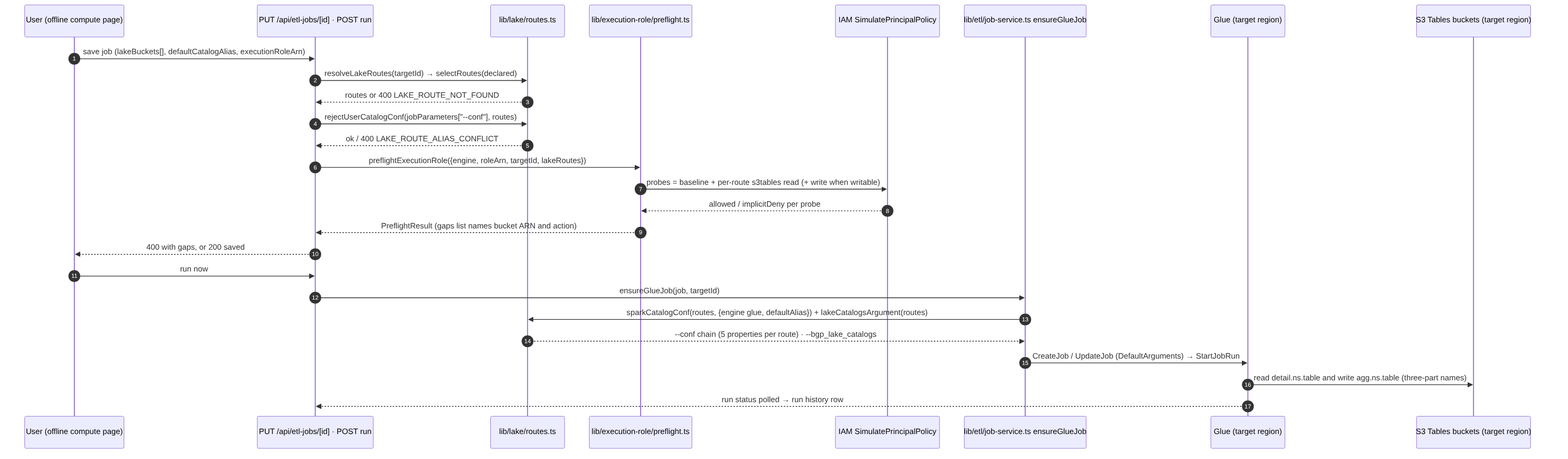
Earlier version of the Mermaid export docs/diagrams/lake-job-submit-sequence.png (aws-samples/sample-kingfisher). Its source is kept beside it as docs/diagrams/src/lake-job-submit-sequence.mmd.
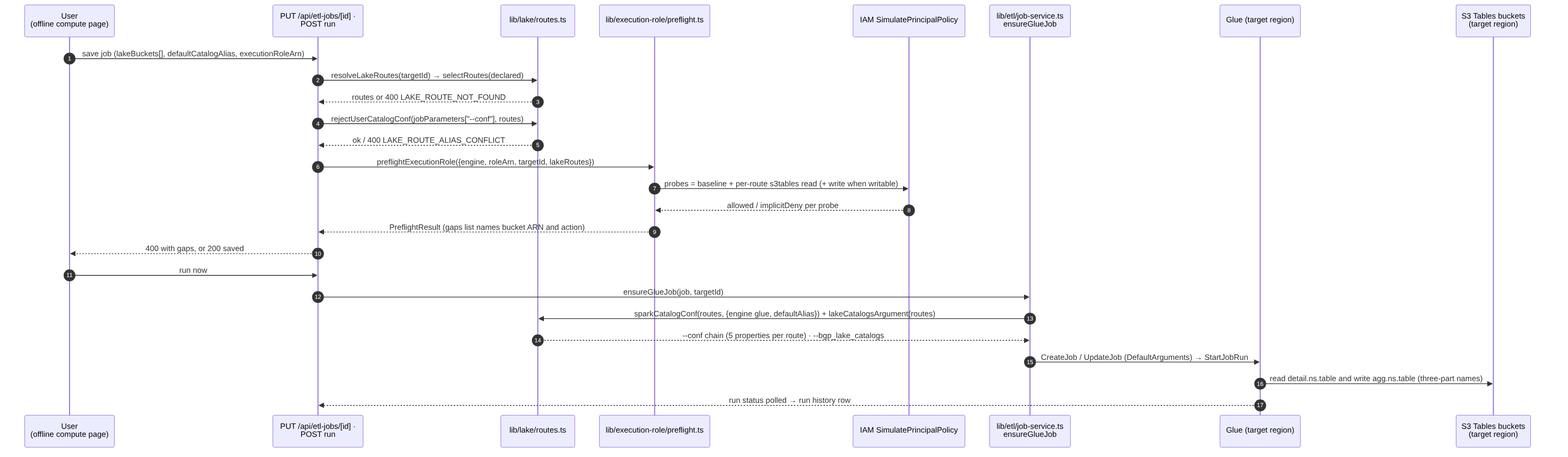
After the commit.

Change to the diagram source:
```diff
@@ -1,13 +1,14 @@
+%%{init: {"sequence": {"wrapPadding": 18}}}%%
 sequenceDiagram
   autonumber
-  participant U as User (offline compute page)
-  participant RT as PUT /api/etl-jobs/[id] · POST run
+  participant U as User<br/>(offline compute page)
+  participant RT as PUT /api/etl-jobs/[id] ·<br/>POST run
   participant LR as lib/lake/routes.ts
   participant PF as lib/execution-role/preflight.ts
   participant IAM as IAM SimulatePrincipalPolicy
-  participant JS as lib/etl/job-service.ts ensureGlueJob
+  participant JS as lib/etl/job-service.ts<br/>ensureGlueJob
   participant G as Glue (target region)
-  participant S3T as S3 Tables buckets (target region)
+  participant S3T as S3 Tables buckets<br/>(target region)
   U->>RT: save job (lakeBuckets[], defaultCatalogAlias, executionRoleArn)
   RT->>LR: resolveLakeRoutes(targetId) → selectRoutes(declared)
   LR-->>RT: routes or 400 LAKE_ROUTE_NOT_FOUND
```
